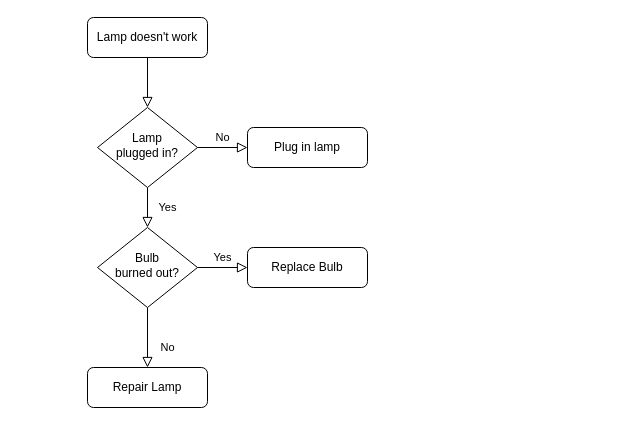
This is Untitled Diagram.drawio from lvmingzhe/latex, a draw.io file, before an edit. Source tidied: cells renumbered, new cells numbered last; positions are measured from the earlier drawing's top-left corner, leaving out a move shared by most shapes. Both pictures are drawn from the tidied source at 100%, with x=0, y=0 at pixel (87, 17).
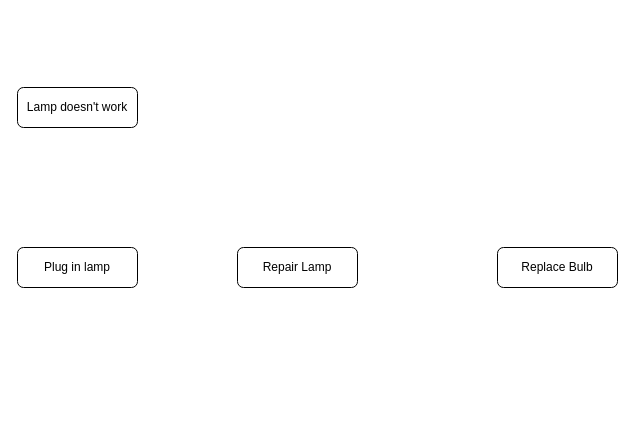
Above is the later version.

What changed in the source:
```diff
@@
 <mxGraphModel>
   <root>
     <mxCell id="0" />
     <mxCell id="1" parent="0" />
-    <mxCell id="2" style="rounded=0;html=1;jettySize=auto;fontSize=11;endArrow=block;endFill=0;endSize=8;strokeWidth=1;shadow=0;labelBackgroundColor=none;edgeStyle=orthogonalEdgeStyle;" parent="1" edge="1" source="3" target="6">
-      <mxGeometry relative="1" as="geometry" />
-    </mxCell>
     <mxCell id="3" value="Lamp doesn't work" style="rounded=1;whiteSpace=wrap;html=1;fontSize=12;glass=0;strokeWidth=1;shadow=0;" parent="1" vertex="1">
-      <mxGeometry width="120" height="40" as="geometry" />
+      <mxGeometry x="-70" y="70" width="120" height="40" as="geometry" />
     </mxCell>
-    <mxCell id="4" value="Yes" style="rounded=0;html=1;jettySize=auto;fontSize=11;endArrow=block;endFill=0;endSize=8;strokeWidth=1;shadow=0;labelBackgroundColor=none;edgeStyle=orthogonalEdgeStyle;" parent="1" edge="1" source="6" target="10">
-      <mxGeometry y="20" relative="1" as="geometry" />
-    </mxCell>
-    <mxCell id="5" value="No" style="edgeStyle=orthogonalEdgeStyle;rounded=0;html=1;jettySize=auto;fontSize=11;endArrow=block;endFill=0;endSize=8;strokeWidth=1;shadow=0;labelBackgroundColor=none;" parent="1" edge="1" source="6" target="7">
-      <mxGeometry y="10" relative="1" as="geometry" />
-    </mxCell>
-    <mxCell id="6" value="Lamp&lt;br&gt;plugged in?" style="rhombus;whiteSpace=wrap;html=1;shadow=0;fontFamily=Helvetica;fontSize=12;align=center;strokeWidth=1;spacing=6;spacingTop=-4;" parent="1" vertex="1">
-      <mxGeometry x="10" y="90" width="100" height="80" as="geometry" />
-    </mxCell>
     <mxCell id="7" value="Plug in lamp" style="rounded=1;whiteSpace=wrap;html=1;fontSize=12;glass=0;strokeWidth=1;shadow=0;" parent="1" vertex="1">
-      <mxGeometry x="160" y="110" width="120" height="40" as="geometry" />
+      <mxGeometry x="-70" y="230" width="120" height="40" as="geometry" />
     </mxCell>
-    <mxCell id="8" value="No" style="rounded=0;html=1;jettySize=auto;fontSize=11;endArrow=block;endFill=0;endSize=8;strokeWidth=1;shadow=0;labelBackgroundColor=none;edgeStyle=orthogonalEdgeStyle;" parent="1" edge="1" source="10" target="11">
-      <mxGeometry x="0.33" y="20" relative="1" as="geometry" />
-    </mxCell>
-    <mxCell id="9" value="Yes" style="edgeStyle=orthogonalEdgeStyle;rounded=0;html=1;jettySize=auto;fontSize=11;endArrow=block;endFill=0;endSize=8;strokeWidth=1;shadow=0;labelBackgroundColor=none;" parent="1" edge="1" source="10" target="12">
-      <mxGeometry y="10" relative="1" as="geometry" />
-    </mxCell>
-    <mxCell id="10" value="Bulb&lt;br&gt;burned out?" style="rhombus;whiteSpace=wrap;html=1;shadow=0;fontFamily=Helvetica;fontSize=12;align=center;strokeWidth=1;spacing=6;spacingTop=-4;" parent="1" vertex="1">
-      <mxGeometry x="10" y="210" width="100" height="80" as="geometry" />
-    </mxCell>
     <mxCell id="11" value="Repair Lamp" style="rounded=1;whiteSpace=wrap;html=1;fontSize=12;glass=0;strokeWidth=1;shadow=0;" parent="1" vertex="1">
-      <mxGeometry y="350" width="120" height="40" as="geometry" />
+      <mxGeometry x="150" y="230" width="120" height="40" as="geometry" />
     </mxCell>
     <mxCell id="12" value="Replace Bulb" style="rounded=1;whiteSpace=wrap;html=1;fontSize=12;glass=0;strokeWidth=1;shadow=0;" parent="1" vertex="1">
-      <mxGeometry x="160" y="230" width="120" height="40" as="geometry" />
+      <mxGeometry x="410" y="230" width="120" height="40" as="geometry" />
     </mxCell>
   </root>
 </mxGraphModel>
```
